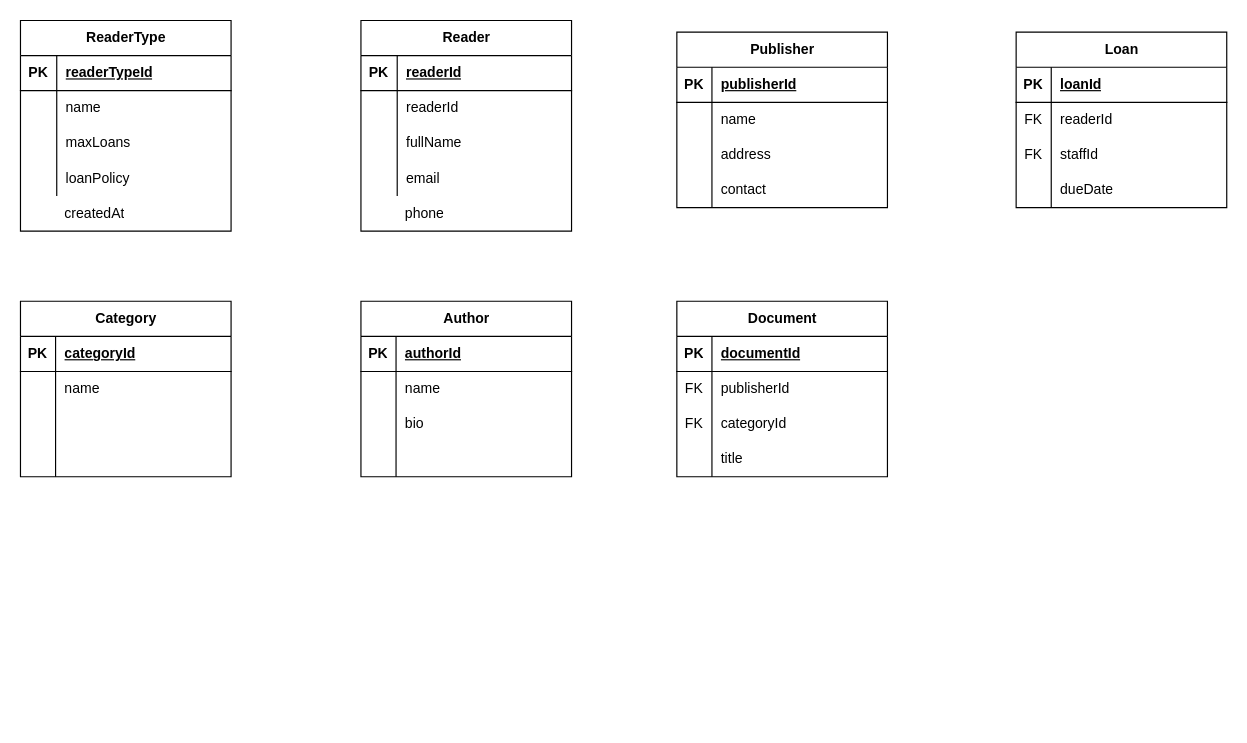
Earlier version of the draw.io diagram page "Trang-2" (2 of 2) of Biểu đồ không có tiêu đề.drawio (lethanhtung22032005/Phan-tich-va-thiet-ke-he-thong-thong-tin_SS3). Source tidied: cells renumbered, new cells numbered last; positions are measured from the earlier drawing's top-left corner, leaving out a move shared by most shapes. Both pictures are drawn from the tidied source at 117%, with x=0, y=0 at pixel (20, 20).
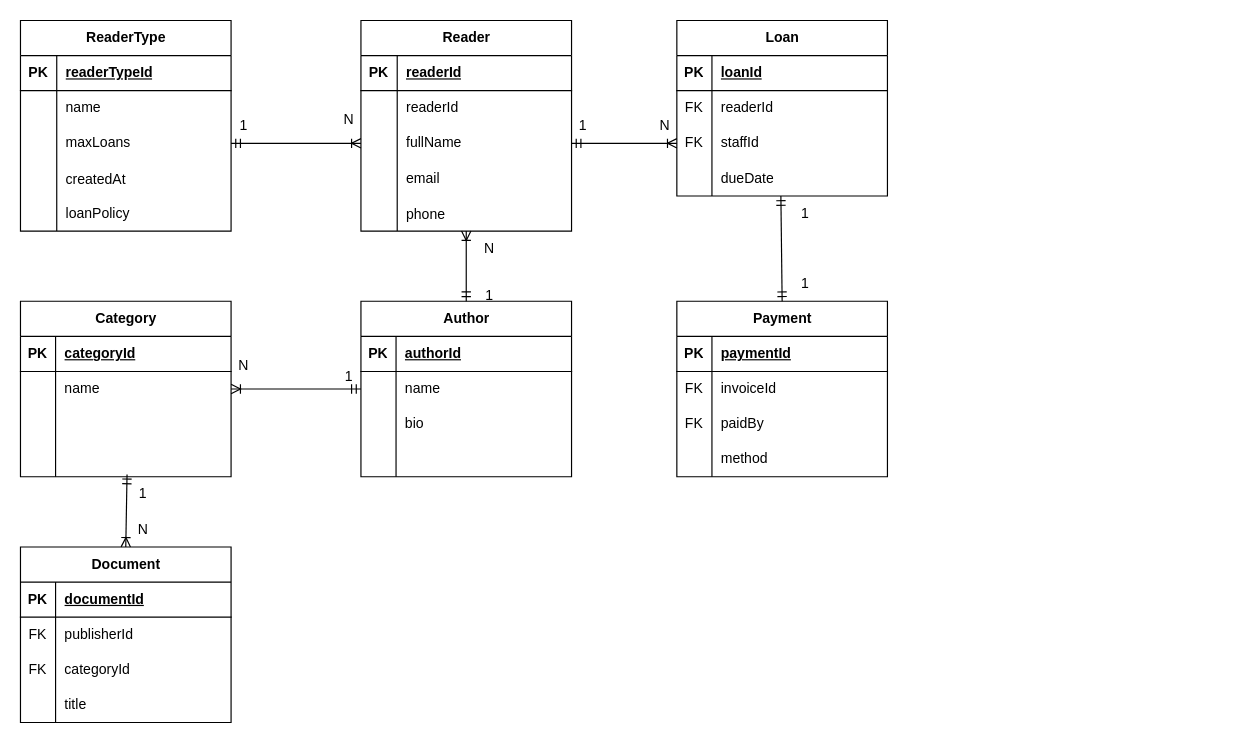
The same diagram, later.

Commit message:
Cập nhật Biểu đồ không có tiêu đề.drawio

Unchanged cells that the change refers to:
```xml
<mxCell id="2" value="ReaderType" style="shape=table;startSize=30;childLayout=tableLayout;rowLines=0;fontStyle=1;align=center;html=1;" parent="1" vertex="1">
  <mxGeometry width="180" height="180" as="geometry" />
</mxCell>
<mxCell id="9" style="shape=tableRow;horizontal=0;startSize=0;swimlaneHead=0;swimlaneBody=0;fillColor=none;points=[[0,0.5],[1,0.5]];portConstraint=eastwest;top=0;left=0;right=0;bottom=0;" parent="2" vertex="1">
  <mxGeometry y="90" width="180" height="30" as="geometry" />
</mxCell>
<mxCell id="17" value="Reader" style="shape=table;startSize=30;childLayout=tableLayout;rowLines=0;fontStyle=1;align=center;html=1;" parent="1" vertex="1">
  <mxGeometry x="291" width="180" height="180" as="geometry" />
</mxCell>
<mxCell id="24" style="shape=tableRow;horizontal=0;startSize=0;swimlaneHead=0;swimlaneBody=0;fillColor=none;points=[[0,0.5],[1,0.5]];portConstraint=eastwest;top=0;left=0;right=0;bottom=0;" parent="17" vertex="1">
  <mxGeometry y="90" width="180" height="30" as="geometry" />
</mxCell>
<mxCell id="48" style="shape=tableRow;horizontal=0;startSize=0;swimlaneHead=0;swimlaneBody=0;fillColor=none;points=[[0,0.5],[1,0.5]];portConstraint=eastwest;top=0;left=0;right=0;bottom=0;" parent="44" vertex="1">
  <mxGeometry y="60" width="180" height="30" as="geometry" />
</mxCell>
<mxCell id="54" style="shape=tableRow;horizontal=0;startSize=0;swimlaneHead=0;swimlaneBody=0;fillColor=none;points=[[0,0.5],[1,0.5]];portConstraint=eastwest;top=0;left=0;right=0;bottom=0;" parent="44" vertex="1">
  <mxGeometry y="120" width="180" height="30" as="geometry" />
</mxCell>
<mxCell id="57" value="Author" style="shape=table;startSize=30;childLayout=tableLayout;rowLines=0;fontStyle=1;align=center;html=1;" parent="1" vertex="1">
  <mxGeometry x="291" y="240" width="180" height="150" as="geometry" />
</mxCell>
<mxCell id="61" style="shape=tableRow;horizontal=0;startSize=0;swimlaneHead=0;swimlaneBody=0;fillColor=none;points=[[0,0.5],[1,0.5]];portConstraint=eastwest;top=0;left=0;right=0;bottom=0;" parent="57" vertex="1">
  <mxGeometry y="60" width="180" height="30" as="geometry" />
</mxCell>
<mxCell id="90" style="shape=tableRow;horizontal=0;startSize=0;swimlaneHead=0;swimlaneBody=0;fillColor=none;points=[[0,0.5],[1,0.5]];portConstraint=eastwest;top=0;left=0;right=0;bottom=0;" parent="83" vertex="1">
  <mxGeometry y="90" width="180" height="30" as="geometry" />
</mxCell>
<mxCell id="93" style="shape=tableRow;horizontal=0;startSize=0;swimlaneHead=0;swimlaneBody=0;fillColor=none;points=[[0,0.5],[1,0.5]];portConstraint=eastwest;top=0;left=0;right=0;bottom=0;" parent="83" vertex="1">
  <mxGeometry y="120" width="180" height="30" as="geometry" />
</mxCell>
```

Change to the diagram source:
```diff
@@
+    <mxCell id="96" style="shape=tableRow;horizontal=0;startSize=0;swimlaneHead=0;swimlaneBody=0;fillColor=none;top=0;left=0;right=0;bottom=0;" parent="2" vertex="1">
+      <mxGeometry y="120" width="180" height="30" as="geometry" />
+    </mxCell>
+    <mxCell id="97" style="shape=partialRectangle;fillColor=none;top=0;left=0;bottom=0;right=0;overflow=hidden;" parent="96" vertex="1">
+      <mxGeometry width="31" height="30" as="geometry" />
+    </mxCell>
+    <mxCell id="15" value="createdAt" style="shape=partialRectangle;fillColor=none;top=0;left=0;bottom=0;right=0;align=left;spacingLeft=6;overflow=hidden;" parent="96" vertex="1">
+      <mxGeometry x="31" width="149" height="30" as="geometry" />
+    </mxCell>
     <mxCell id="12" style="shape=tableRow;horizontal=0;startSize=0;swimlaneHead=0;swimlaneBody=0;fillColor=none;top=0;left=0;right=0;bottom=0;" parent="2" vertex="1">
-      <mxGeometry y="120" width="180" height="30" as="geometry" />
+      <mxGeometry y="150" width="180" height="30" as="geometry" />
     </mxCell>
@@
-    <mxCell id="15" value="createdAt" style="shape=partialRectangle;fillColor=none;top=0;left=0;bottom=0;right=0;align=left;spacingLeft=6;overflow=hidden;whiteSpace=wrap;html=1;" parent="1" vertex="1">
-      <mxGeometry x="30" y="150" width="150" height="30" as="geometry" />
-    </mxCell>
@@
+    <mxCell id="98" style="shape=tableRow;horizontal=0;startSize=0;swimlaneHead=0;swimlaneBody=0;fillColor=none;top=0;left=0;right=0;bottom=0;" parent="17" vertex="1">
+      <mxGeometry y="150" width="180" height="30" as="geometry" />
+    </mxCell>
+    <mxCell id="99" style="shape=partialRectangle;fillColor=none;top=0;left=0;bottom=0;right=0;overflow=hidden;" parent="98" vertex="1">
+      <mxGeometry width="31" height="30" as="geometry" />
+    </mxCell>
-    <mxCell id="30" value="phone" style="shape=partialRectangle;fillColor=none;top=0;left=0;bottom=0;right=0;align=left;spacingLeft=6;overflow=hidden;whiteSpace=wrap;html=1;" parent="1" vertex="1">
-      <mxGeometry x="321" y="150" width="150" height="30" as="geometry" />
+    <mxCell id="30" value="phone" style="shape=partialRectangle;fillColor=none;top=0;left=0;bottom=0;right=0;align=left;spacingLeft=6;overflow=hidden;" parent="98" vertex="1">
+      <mxGeometry x="31" width="149" height="30" as="geometry" />
     </mxCell>
-    <mxCell id="31" value="Publisher" style="shape=table;startSize=30;childLayout=tableLayout;rowLines=0;fontStyle=1;align=center;html=1;" parent="1" vertex="1">
-      <mxGeometry x="561" y="10" width="180" height="150" as="geometry" />
-    </mxCell>
-    <mxCell id="32" style="shape=tableRow;horizontal=0;startSize=0;swimlaneHead=0;swimlaneBody=0;fillColor=none;top=0;left=0;right=0;bottom=1;" parent="31" vertex="1">
-      <mxGeometry y="30" width="180" height="30" as="geometry" />
-    </mxCell>
-    <mxCell id="33" value="PK" style="shape=partialRectangle;fillColor=none;top=0;left=0;bottom=0;right=0;fontStyle=1;overflow=hidden;whiteSpace=wrap;html=1;" parent="32" vertex="1">
-      <mxGeometry width="30" height="30" as="geometry" />
-    </mxCell>
-    <mxCell id="34" value="publisherId " style="shape=partialRectangle;fillColor=none;top=0;left=0;bottom=0;right=0;align=left;spacingLeft=6;fontStyle=5;overflow=hidden;whiteSpace=wrap;html=1;" parent="32" vertex="1">
-      <mxGeometry x="30" width="150" height="30" as="geometry" />
-    </mxCell>
-    <mxCell id="35" style="shape=tableRow;horizontal=0;startSize=0;swimlaneHead=0;swimlaneBody=0;fillColor=none;top=0;left=0;right=0;bottom=0;" parent="31" vertex="1">
-      <mxGeometry y="60" width="180" height="30" as="geometry" />
-    </mxCell>
-    <mxCell id="36" style="shape=partialRectangle;fillColor=none;top=0;left=0;bottom=0;right=0;overflow=hidden;whiteSpace=wrap;html=1;" parent="35" vertex="1">
-      <mxGeometry width="30" height="30" as="geometry" />
-    </mxCell>
-    <mxCell id="37" value="name" style="shape=partialRectangle;fillColor=none;top=0;left=0;bottom=0;right=0;align=left;spacingLeft=6;overflow=hidden;whiteSpace=wrap;html=1;" parent="35" vertex="1">
-      <mxGeometry x="30" width="150" height="30" as="geometry" />
-    </mxCell>
-    <mxCell id="38" style="shape=tableRow;horizontal=0;startSize=0;swimlaneHead=0;swimlaneBody=0;fillColor=none;top=0;left=0;right=0;bottom=0;" parent="31" vertex="1">
-      <mxGeometry y="90" width="180" height="30" as="geometry" />
-    </mxCell>
-    <mxCell id="39" style="shape=partialRectangle;fillColor=none;top=0;left=0;bottom=0;right=0;overflow=hidden;whiteSpace=wrap;html=1;" parent="38" vertex="1">
-      <mxGeometry width="30" height="30" as="geometry" />
-    </mxCell>
-    <mxCell id="40" value="address" style="shape=partialRectangle;fillColor=none;top=0;left=0;bottom=0;right=0;align=left;spacingLeft=6;overflow=hidden;whiteSpace=wrap;html=1;" parent="38" vertex="1">
-      <mxGeometry x="30" width="150" height="30" as="geometry" />
-    </mxCell>
-    <mxCell id="41" style="shape=tableRow;horizontal=0;startSize=0;swimlaneHead=0;swimlaneBody=0;fillColor=none;top=0;left=0;right=0;bottom=0;" parent="31" vertex="1">
-      <mxGeometry y="120" width="180" height="30" as="geometry" />
-    </mxCell>
-    <mxCell id="42" style="shape=partialRectangle;fillColor=none;top=0;left=0;bottom=0;right=0;overflow=hidden;whiteSpace=wrap;html=1;" parent="41" vertex="1">
-      <mxGeometry width="30" height="30" as="geometry" />
-    </mxCell>
-    <mxCell id="43" value="contact" style="shape=partialRectangle;fillColor=none;top=0;left=0;bottom=0;right=0;align=left;spacingLeft=6;overflow=hidden;whiteSpace=wrap;html=1;" parent="41" vertex="1">
-      <mxGeometry x="30" width="150" height="30" as="geometry" />
-    </mxCell>
@@
     <mxCell id="70" value="Document" style="shape=table;startSize=30;childLayout=tableLayout;rowLines=0;fontStyle=1;align=center;html=1;" parent="1" vertex="1">
-      <mxGeometry x="561" y="240" width="180" height="150" as="geometry" />
+      <mxGeometry y="450" width="180" height="150" as="geometry" />
     </mxCell>
@@
     <mxCell id="83" value="Loan" style="shape=table;startSize=30;childLayout=tableLayout;rowLines=0;fontStyle=1;align=center;html=1;" parent="1" vertex="1">
-      <mxGeometry x="851" y="10" width="180" height="150" as="geometry" />
+      <mxGeometry x="561" width="180" height="150" as="geometry" />
     </mxCell>
@@
+    <mxCell id="100" value="&lt;p&gt;Payment&lt;/p&gt;" style="shape=table;startSize=30;childLayout=tableLayout;rowLines=0;fontStyle=1;align=center;html=1;" parent="1" vertex="1">
+      <mxGeometry x="561" y="240" width="180" height="150" as="geometry" />
+    </mxCell>
+    <mxCell id="32" style="shape=tableRow;horizontal=0;startSize=0;swimlaneHead=0;swimlaneBody=0;fillColor=none;top=0;left=0;right=0;bottom=1;" parent="100" vertex="1">
+      <mxGeometry y="30" width="180" height="30" as="geometry" />
+    </mxCell>
+    <mxCell id="33" value="PK" style="shape=partialRectangle;fillColor=none;top=0;left=0;bottom=0;right=0;fontStyle=1;overflow=hidden;whiteSpace=wrap;html=1;" parent="32" vertex="1">
+      <mxGeometry width="30" height="30" as="geometry" />
+    </mxCell>
+    <mxCell id="101" value="paymentId " style="shape=partialRectangle;fillColor=none;top=0;left=0;bottom=0;right=0;align=left;spacingLeft=6;fontStyle=5;overflow=hidden;whiteSpace=wrap;html=1;" parent="32" vertex="1">
+      <mxGeometry x="30" width="150" height="30" as="geometry" />
+    </mxCell>
+    <mxCell id="35" style="shape=tableRow;horizontal=0;startSize=0;swimlaneHead=0;swimlaneBody=0;fillColor=none;top=0;left=0;right=0;bottom=0;" parent="100" vertex="1">
+      <mxGeometry y="60" width="180" height="30" as="geometry" />
+    </mxCell>
+    <mxCell id="102" value="FK" style="shape=partialRectangle;fillColor=none;top=0;left=0;bottom=0;right=0;overflow=hidden;whiteSpace=wrap;html=1;" parent="35" vertex="1">
+      <mxGeometry width="30" height="30" as="geometry" />
+    </mxCell>
+    <mxCell id="103" value="invoiceId " style="shape=partialRectangle;fillColor=none;top=0;left=0;bottom=0;right=0;align=left;spacingLeft=6;overflow=hidden;whiteSpace=wrap;html=1;" parent="35" vertex="1">
+      <mxGeometry x="30" width="150" height="30" as="geometry" />
+    </mxCell>
+    <mxCell id="38" style="shape=tableRow;horizontal=0;startSize=0;swimlaneHead=0;swimlaneBody=0;fillColor=none;top=0;left=0;right=0;bottom=0;" parent="100" vertex="1">
+      <mxGeometry y="90" width="180" height="30" as="geometry" />
+    </mxCell>
+    <mxCell id="104" value="FK" style="shape=partialRectangle;fillColor=none;top=0;left=0;bottom=0;right=0;overflow=hidden;whiteSpace=wrap;html=1;" parent="38" vertex="1">
+      <mxGeometry width="30" height="30" as="geometry" />
+    </mxCell>
+    <mxCell id="105" value="paidBy " style="shape=partialRectangle;fillColor=none;top=0;left=0;bottom=0;right=0;align=left;spacingLeft=6;overflow=hidden;whiteSpace=wrap;html=1;" parent="38" vertex="1">
+      <mxGeometry x="30" width="150" height="30" as="geometry" />
+    </mxCell>
+    <mxCell id="106" style="shape=tableRow;horizontal=0;startSize=0;swimlaneHead=0;swimlaneBody=0;fillColor=none;top=0;left=0;right=0;bottom=0;" parent="100" vertex="1">
+      <mxGeometry y="120" width="180" height="30" as="geometry" />
+    </mxCell>
+    <mxCell id="107" style="shape=partialRectangle;fillColor=none;top=0;left=0;bottom=0;right=0;overflow=hidden;whiteSpace=wrap;html=1;" parent="106" vertex="1">
+      <mxGeometry width="30" height="30" as="geometry" />
+    </mxCell>
+    <mxCell id="108" value="method" style="shape=partialRectangle;fillColor=none;top=0;left=0;bottom=0;right=0;align=left;spacingLeft=6;overflow=hidden;whiteSpace=wrap;html=1;" parent="106" vertex="1">
+      <mxGeometry x="30" width="150" height="30" as="geometry" />
+    </mxCell>
+    <mxCell id="109" style="edgeStyle=entityRelationEdgeStyle;fontSize=12;html=1;endArrow=ERoneToMany;startArrow=ERmandOne;rounded=0;exitX=1;exitY=0.5;exitDx=0;exitDy=0;entryX=0;entryY=0.5;entryDx=0;entryDy=0;" parent="1" edge="1" source="9" target="24">
+      <mxGeometry relative="1" as="geometry" />
+    </mxCell>
+    <mxCell id="110" style="edgeStyle=entityRelationEdgeStyle;fontSize=12;html=1;endArrow=ERoneToMany;startArrow=ERmandOne;rounded=0;exitX=1;exitY=0.5;exitDx=0;exitDy=0;entryX=0;entryY=0.5;entryDx=0;entryDy=0;" parent="1" edge="1" source="24" target="90">
+      <mxGeometry relative="1" as="geometry" />
+    </mxCell>
+    <mxCell id="111" style="fontSize=12;html=1;endArrow=ERoneToMany;startArrow=ERmandOne;rounded=0;exitX=0.5;exitY=0;exitDx=0;exitDy=0;" parent="1" edge="1" source="57">
+      <mxGeometry relative="1" as="geometry">
+        <mxPoint x="381" y="180" as="targetPoint" />
+      </mxGeometry>
+    </mxCell>
+    <mxCell id="112" value="1" style="text;html=1;whiteSpace=wrap;strokeColor=none;fillColor=none;align=center;verticalAlign=middle;rounded=0;" parent="1" vertex="1">
+      <mxGeometry x="371" y="220" width="60" height="30" as="geometry" />
+    </mxCell>
+    <mxCell id="113" value="1" style="text;html=1;whiteSpace=wrap;strokeColor=none;fillColor=none;align=center;verticalAlign=middle;rounded=0;" parent="1" vertex="1">
+      <mxGeometry x="161" y="75" width="60" height="30" as="geometry" />
+    </mxCell>
+    <mxCell id="114" value="1" style="text;html=1;whiteSpace=wrap;strokeColor=none;fillColor=none;align=center;verticalAlign=middle;rounded=0;" parent="1" vertex="1">
+      <mxGeometry x="451" y="75" width="60" height="30" as="geometry" />
+    </mxCell>
+    <mxCell id="115" style="edgeStyle=entityRelationEdgeStyle;fontSize=12;html=1;endArrow=ERoneToMany;startArrow=ERmandOne;rounded=0;exitX=0;exitY=0.5;exitDx=0;exitDy=0;entryX=1;entryY=0.5;entryDx=0;entryDy=0;" parent="1" edge="1" source="61" target="48">
+      <mxGeometry relative="1" as="geometry" />
+    </mxCell>
+    <mxCell id="116" value="1" style="text;html=1;whiteSpace=wrap;strokeColor=none;fillColor=none;align=center;verticalAlign=middle;rounded=0;" parent="1" vertex="1">
+      <mxGeometry x="251" y="290" width="60" height="30" as="geometry" />
+    </mxCell>
+    <mxCell id="117" style="fontSize=12;html=1;endArrow=ERoneToMany;startArrow=ERmandOne;rounded=0;exitX=0.506;exitY=0.933;exitDx=0;exitDy=0;exitPerimeter=0;entryX=0.5;entryY=0;entryDx=0;entryDy=0;" parent="1" edge="1" source="54" target="70">
+      <mxGeometry relative="1" as="geometry" />
+    </mxCell>
+    <mxCell id="118" value="1" style="text;html=1;whiteSpace=wrap;strokeColor=none;fillColor=none;align=center;verticalAlign=middle;rounded=0;" parent="1" vertex="1">
+      <mxGeometry x="75" y="390" width="60" height="30" as="geometry" />
+    </mxCell>
+    <mxCell id="119" style="fontSize=12;html=1;endArrow=ERmandOne;startArrow=ERmandOne;rounded=0;entryX=0.494;entryY=1;entryDx=0;entryDy=0;entryPerimeter=0;exitX=0.5;exitY=0;exitDx=0;exitDy=0;" parent="1" edge="1" source="100" target="93">
+      <mxGeometry relative="1" as="geometry" />
+    </mxCell>
+    <mxCell id="120" value="1" style="text;html=1;whiteSpace=wrap;strokeColor=none;fillColor=none;align=center;verticalAlign=middle;rounded=0;" parent="1" vertex="1">
+      <mxGeometry x="641" y="150" width="60" height="30" as="geometry" />
+    </mxCell>
+    <mxCell id="121" value="1" style="text;html=1;whiteSpace=wrap;strokeColor=none;fillColor=none;align=center;verticalAlign=middle;rounded=0;" parent="1" vertex="1">
+      <mxGeometry x="641" y="210" width="60" height="30" as="geometry" />
+    </mxCell>
+    <mxCell id="122" value="N" style="text;html=1;whiteSpace=wrap;strokeColor=none;fillColor=none;align=center;verticalAlign=middle;rounded=0;" parent="1" vertex="1">
+      <mxGeometry x="251" y="70" width="60" height="30" as="geometry" />
+    </mxCell>
+    <mxCell id="123" value="N" style="text;html=1;whiteSpace=wrap;strokeColor=none;fillColor=none;align=center;verticalAlign=middle;rounded=0;" parent="1" vertex="1">
+      <mxGeometry x="521" y="75" width="60" height="30" as="geometry" />
+    </mxCell>
+    <mxCell id="124" value="N" style="text;html=1;whiteSpace=wrap;strokeColor=none;fillColor=none;align=center;verticalAlign=middle;rounded=0;" parent="1" vertex="1">
+      <mxGeometry x="371" y="180" width="60" height="30" as="geometry" />
+    </mxCell>
+    <mxCell id="125" value="N" style="text;html=1;whiteSpace=wrap;strokeColor=none;fillColor=none;align=center;verticalAlign=middle;rounded=0;" parent="1" vertex="1">
+      <mxGeometry x="161" y="280" width="60" height="30" as="geometry" />
+    </mxCell>
+    <mxCell id="126" value="N" style="text;html=1;whiteSpace=wrap;strokeColor=none;fillColor=none;align=center;verticalAlign=middle;rounded=0;" parent="1" vertex="1">
+      <mxGeometry x="75" y="420" width="60" height="30" as="geometry" />
+    </mxCell>
```
